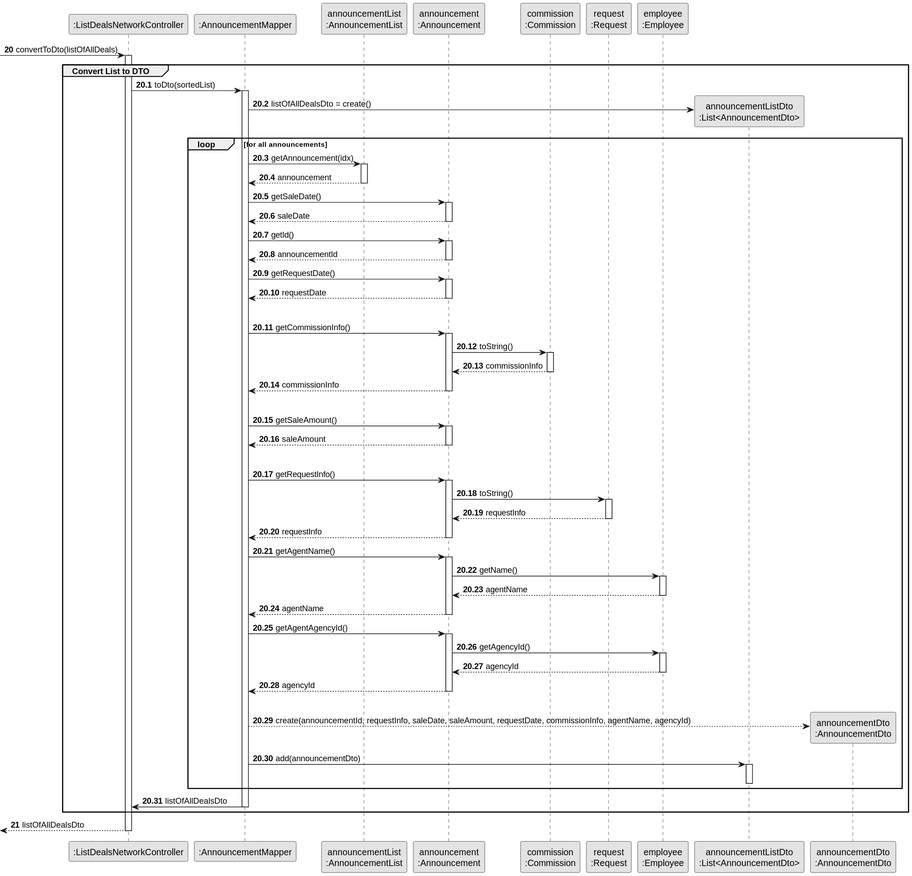
Before: docs/sprintD/us017/03.design/svg/us017-sequence-diagram-partial-convert-list-to-dto.svg, a diagram exported from PlantUML (rita-barbosa/LAPR2-2223).
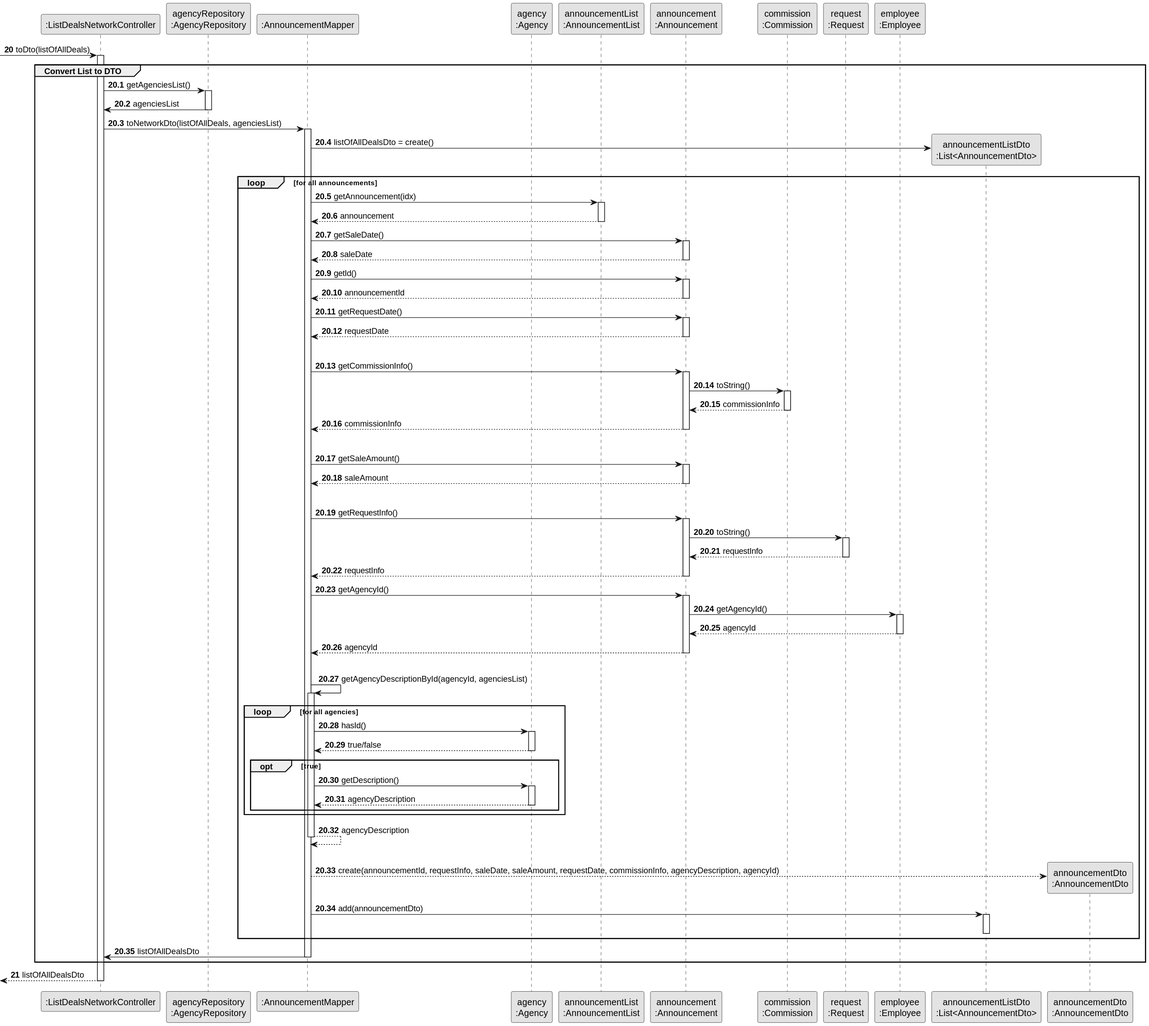
Later version of the same file.

Commit message:
SD and Class Diagram update [US017] [Design]

Change to the diagram source:
```diff
@@ -4,7 +4,9 @@
 skinparam shadowing false
 
 participant ":ListDealsNetworkController" as CTRL
+participant "agencyRepository\n:AgencyRepository" as AgencyRepository
 participant ":AnnouncementMapper" as MAPPER
+participant "agency\n:Agency" as AGC
 participant "announcementList\n:AnnouncementList" as ANNOUNCELIST
 participant "announcement\n:Announcement" as ANNOUNCE
 participant "commission\n:Commission" as COMMISSION
@@ -15,7 +17,7 @@
 
 autonumber 20
 
-    -> CTRL : convertToDto(listOfAllDeals)
+    -> CTRL : toDto(listOfAllDeals)
 
     activate CTRL
 
@@ -23,7 +25,13 @@
 
     autonumber 20.1
 
-       CTRL -> MAPPER : toDto(sortedList)
+        CTRL -> AgencyRepository : getAgenciesList()
+        activate AgencyRepository
+
+        AgencyRepository -> CTRL : agenciesList
+        deactivate AgencyRepository
+
+       CTRL -> MAPPER : toNetworkDto(listOfAllDeals, agenciesList)
         activate MAPPER
 
         MAPPER -> LISTDTO** : listOfAllDealsDto = create()
@@ -86,20 +94,7 @@
             ANNOUNCE --> MAPPER : requestInfo
         deactivate ANNOUNCE
 
-        MAPPER -> ANNOUNCE : getAgentName()
-        activate ANNOUNCE
-
-            ANNOUNCE -> EMPLOYEE : getName()
-            activate EMPLOYEE
-
-                EMPLOYEE --> ANNOUNCE : agentName
-            deactivate EMPLOYEE
-
-            ANNOUNCE --> MAPPER : agentName
-        deactivate ANNOUNCE
-
-
-        MAPPER -> ANNOUNCE : getAgentAgencyId()
+        MAPPER -> ANNOUNCE : getAgencyId()
         activate ANNOUNCE
 
             ANNOUNCE -> EMPLOYEE : getAgencyId()
@@ -111,9 +106,31 @@
         ANNOUNCE --> MAPPER : agencyId
         deactivate ANNOUNCE
 |||
+        MAPPER -> MAPPER : getAgencyDescriptionById(agencyId, agenciesList)
+        activate MAPPER
 
+        loop for all agencies
 
-        MAPPER --> ANCDTO**: create(announcementId, requestInfo, saleDate, saleAmount, requestDate, commissionInfo, agentName, agencyId)
+         MAPPER -> AGC : hasId()
+         activate AGC
+
+         AGC --> MAPPER : true/false
+         deactivate AGC
+
+         opt true
+              MAPPER -> AGC : getDescription()
+             activate AGC
+
+             AGC --> MAPPER : agencyDescription
+             deactivate AGC
+         end opt
+
+        end loop
+
+            MAPPER --> MAPPER : agencyDescription
+        deactivate MAPPER
+|||
+        MAPPER --> ANCDTO**: create(announcementId, requestInfo, saleDate, saleAmount, requestDate, commissionInfo, agencyDescription, agencyId)
 
         MAPPER -> LISTDTO : add(announcementDto)
         activate LISTDTO
```
